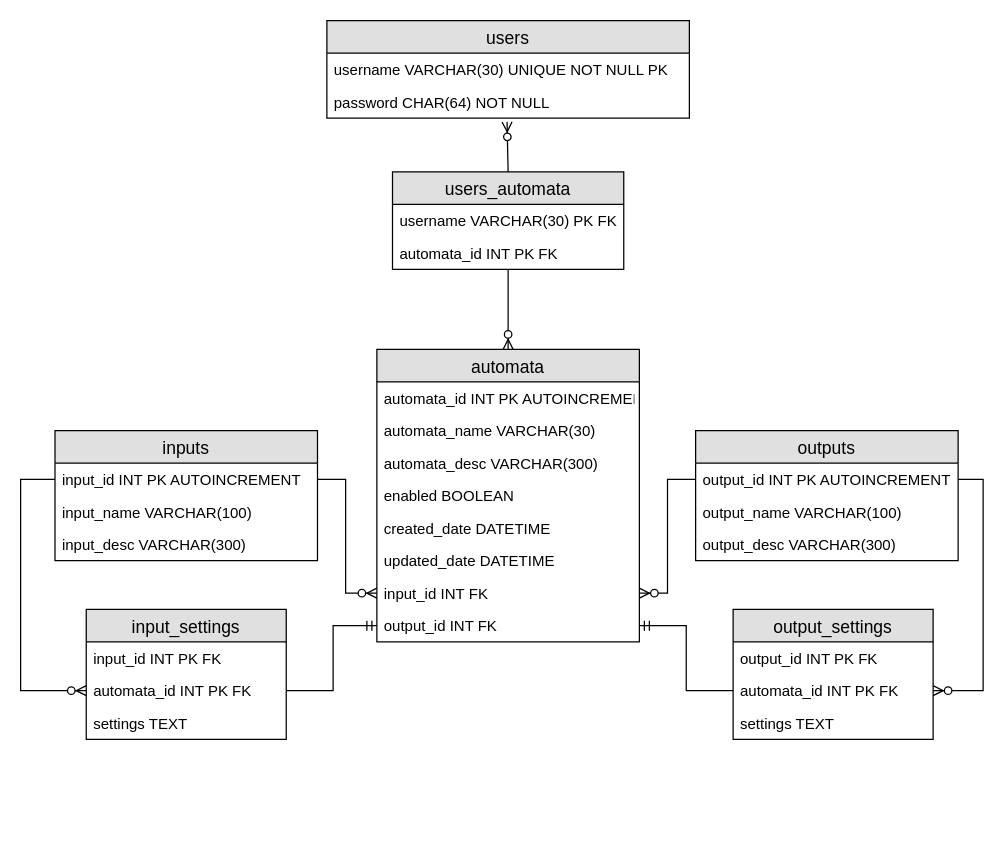
scott246/automata keeps this draw.io diagram as AutomataDB/AutomataDB.drawio. Above is the earlier version. Source tidied: cells renumbered, new cells numbered last; positions are measured from the earlier drawing's top-left corner, leaving out a move shared by most shapes. Both pictures are drawn from the tidied source at 125%, with x=0, y=0 at pixel (20, 20).
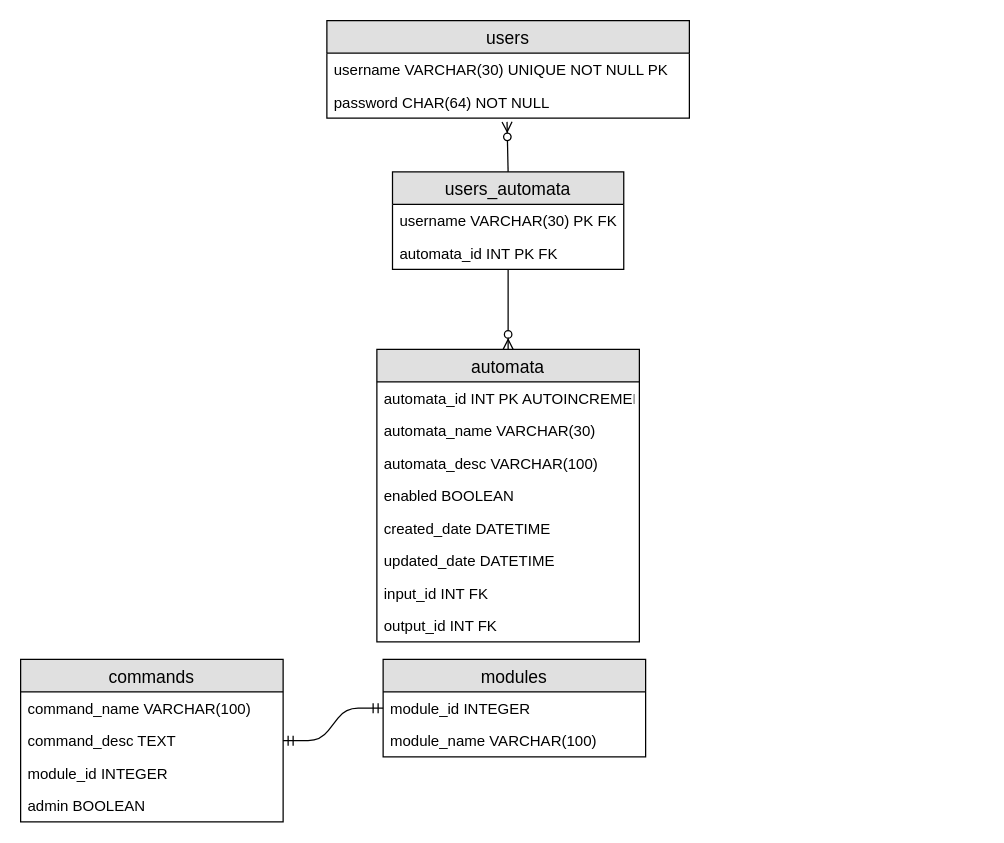
After the change.

The change refers to these unchanged cells:
```xml
<mxCell id="10" value="automata" style="swimlane;fontStyle=0;horizontal=1;startSize=26;fillColor=#e0e0e0;swimlaneFillColor=#ffffff;align=center;fontSize=14;" parent="1" vertex="1">
  <mxGeometry x="285" y="263" width="210" height="234" as="geometry" />
</mxCell>
<mxCell id="17" value="input_id INT FK&#10;" style="text;strokeColor=none;fillColor=none;spacingLeft=4;spacingRight=4;overflow=hidden;points=[[0,0.5],[1,0.5]];portConstraint=eastwest;fontSize=12;" parent="10" vertex="1">
  <mxGeometry y="182" width="210" height="26" as="geometry" />
</mxCell>
<mxCell id="18" value="output_id INT FK&#10;" style="text;strokeColor=none;fillColor=none;spacingLeft=4;spacingRight=4;overflow=hidden;points=[[0,0.5],[1,0.5]];portConstraint=eastwest;fontSize=12;" parent="10" vertex="1">
  <mxGeometry y="208" width="210" height="26" as="geometry" />
</mxCell>
```

The edit, as a diff of the source:
```diff
@@
-    <mxCell id="13" value="automata_desc VARCHAR(300)&#10;" style="text;strokeColor=none;fillColor=none;spacingLeft=4;spacingRight=4;overflow=hidden;fontSize=12;" parent="10" vertex="1">
+    <mxCell id="13" value="automata_desc VARCHAR(100)&#10;" style="text;strokeColor=none;fillColor=none;spacingLeft=4;spacingRight=4;overflow=hidden;fontSize=12;" parent="10" vertex="1">
       <mxGeometry y="78" width="210" height="26" as="geometry" />
     </mxCell>
@@
-    <mxCell id="19" value="input_settings" style="swimlane;fontStyle=0;horizontal=1;startSize=26;fillColor=#e0e0e0;swimlaneFillColor=#ffffff;align=center;fontSize=14;" parent="1" vertex="1">
-      <mxGeometry x="52.5" y="471" width="160" height="104" as="geometry" />
-    </mxCell>
-    <mxCell id="20" value="input_id INT PK FK" style="text;strokeColor=none;fillColor=none;spacingLeft=4;spacingRight=4;overflow=hidden;fontSize=12;" parent="19" vertex="1">
-      <mxGeometry y="26" width="160" height="26" as="geometry" />
-    </mxCell>
-    <mxCell id="21" value="automata_id INT PK FK&#10;" style="text;strokeColor=none;fillColor=none;spacingLeft=4;spacingRight=4;overflow=hidden;points=[[0,0.5],[1,0.5]];portConstraint=eastwest;fontSize=12;" parent="19" vertex="1">
-      <mxGeometry y="52" width="160" height="26" as="geometry" />
-    </mxCell>
-    <mxCell id="22" value="settings TEXT&#10;" style="text;strokeColor=none;fillColor=none;spacingLeft=4;spacingRight=4;overflow=hidden;fontSize=12;" parent="19" vertex="1">
-      <mxGeometry y="78" width="160" height="26" as="geometry" />
-    </mxCell>
-    <mxCell id="23" style="edgeStyle=orthogonalEdgeStyle;rounded=0;html=1;exitX=0;exitY=0.5;entryX=1;entryY=0.5;endArrow=ERzeroToMany;endFill=1;jettySize=auto;entryDx=0;entryDy=0;exitDx=0;exitDy=0;" parent="1" edge="1" source="30" target="17">
-      <mxGeometry relative="1" as="geometry" />
-    </mxCell>
-    <mxCell id="24" value="inputs" style="swimlane;fontStyle=0;horizontal=1;startSize=26;fillColor=#e0e0e0;swimlaneFillColor=#ffffff;align=center;fontSize=14;" parent="1" vertex="1">
-      <mxGeometry x="27.5" y="328" width="210" height="104" as="geometry" />
+    <mxCell id="24" value="commands" style="swimlane;fontStyle=0;horizontal=1;startSize=26;fillColor=#e0e0e0;swimlaneFillColor=#ffffff;align=center;fontSize=14;" parent="1" vertex="1">
+      <mxGeometry y="511" width="210" height="130" as="geometry" />
     </mxCell>
-    <mxCell id="25" value="input_id INT PK AUTOINCREMENT" style="text;strokeColor=none;fillColor=none;spacingLeft=4;spacingRight=4;overflow=hidden;points=[[0,0.5],[1,0.5]];portConstraint=eastwest;fontSize=12;" parent="24" vertex="1">
+    <mxCell id="25" value="command_name VARCHAR(100)" style="text;strokeColor=none;fillColor=none;spacingLeft=4;spacingRight=4;overflow=hidden;points=[[0,0.5],[1,0.5]];portConstraint=eastwest;fontSize=12;" parent="24" vertex="1">
       <mxGeometry y="26" width="210" height="26" as="geometry" />
     </mxCell>
-    <mxCell id="26" value="input_name VARCHAR(100)" style="text;strokeColor=none;fillColor=none;spacingLeft=4;spacingRight=4;overflow=hidden;points=[[0,0.5],[1,0.5]];portConstraint=eastwest;fontSize=12;" parent="24" vertex="1">
+    <mxCell id="26" value="command_desc TEXT" style="text;strokeColor=none;fillColor=none;spacingLeft=4;spacingRight=4;overflow=hidden;points=[[0,0.5],[1,0.5]];portConstraint=eastwest;fontSize=12;" parent="24" vertex="1">
       <mxGeometry y="52" width="210" height="26" as="geometry" />
     </mxCell>
+    <mxCell id="41" value="module_id INTEGER" style="text;strokeColor=none;fillColor=none;spacingLeft=4;spacingRight=4;overflow=hidden;fontSize=12;" parent="24" vertex="1">
+      <mxGeometry y="78" width="210" height="26" as="geometry" />
+    </mxCell>
-    <mxCell id="27" value="input_desc VARCHAR(300)&#10;" style="text;strokeColor=none;fillColor=none;spacingLeft=4;spacingRight=4;overflow=hidden;fontSize=12;" parent="24" vertex="1">
-      <mxGeometry y="78" width="210" height="26" as="geometry" />
+    <mxCell id="27" value="admin BOOLEAN&#10;" style="text;strokeColor=none;fillColor=none;spacingLeft=4;spacingRight=4;overflow=hidden;fontSize=12;" parent="24" vertex="1">
+      <mxGeometry y="104" width="210" height="26" as="geometry" />
     </mxCell>
-    <mxCell id="28" style="edgeStyle=orthogonalEdgeStyle;rounded=0;html=1;endArrow=ERzeroToMany;endFill=1;jettySize=auto;exitX=1;exitY=0.5;exitDx=0;exitDy=0;entryX=0;entryY=0.5;entryDx=0;entryDy=0;" parent="1" edge="1" source="25" target="17">
-      <mxGeometry relative="1" as="geometry">
-        <Array as="points">
-          <mxPoint x="260" y="367" />
-          <mxPoint x="260" y="458" />
-        </Array>
-      </mxGeometry>
-    </mxCell>
-    <mxCell id="29" value="outputs" style="swimlane;fontStyle=0;horizontal=1;startSize=26;fillColor=#e0e0e0;swimlaneFillColor=#ffffff;align=center;fontSize=14;" parent="1" vertex="1">
-      <mxGeometry x="540" y="328" width="210" height="104" as="geometry" />
-    </mxCell>
-    <mxCell id="30" value="output_id INT PK AUTOINCREMENT" style="text;strokeColor=none;fillColor=none;spacingLeft=4;spacingRight=4;overflow=hidden;points=[[0,0.5],[1,0.5]];portConstraint=eastwest;fontSize=12;" parent="29" vertex="1">
-      <mxGeometry y="26" width="210" height="26" as="geometry" />
-    </mxCell>
-    <mxCell id="31" value="output_name VARCHAR(100)" style="text;strokeColor=none;fillColor=none;spacingLeft=4;spacingRight=4;overflow=hidden;fontSize=12;" parent="29" vertex="1">
-      <mxGeometry y="52" width="210" height="26" as="geometry" />
-    </mxCell>
-    <mxCell id="32" value="output_desc VARCHAR(300)&#10;" style="text;strokeColor=none;fillColor=none;spacingLeft=4;spacingRight=4;overflow=hidden;fontSize=12;" parent="29" vertex="1">
-      <mxGeometry y="78" width="210" height="26" as="geometry" />
-    </mxCell>
-    <mxCell id="33" style="edgeStyle=orthogonalEdgeStyle;rounded=0;html=1;endArrow=ERzeroToMany;endFill=1;jettySize=auto;entryX=0;entryY=0.5;entryDx=0;entryDy=0;exitX=0;exitY=0.5;exitDx=0;exitDy=0;" parent="1" edge="1" source="25" target="21">
-      <mxGeometry relative="1" as="geometry">
-        <Array as="points">
-          <mxPoint y="367" />
-          <mxPoint y="536" />
-        </Array>
-      </mxGeometry>
-    </mxCell>
-    <mxCell id="34" value="output_settings" style="swimlane;fontStyle=0;horizontal=1;startSize=26;fillColor=#e0e0e0;swimlaneFillColor=#ffffff;align=center;fontSize=14;" parent="1" vertex="1">
-      <mxGeometry x="570" y="471" width="160" height="104" as="geometry" />
-    </mxCell>
-    <mxCell id="35" value="output_id INT PK FK" style="text;strokeColor=none;fillColor=none;spacingLeft=4;spacingRight=4;overflow=hidden;fontSize=12;" parent="34" vertex="1">
-      <mxGeometry y="26" width="160" height="26" as="geometry" />
-    </mxCell>
-    <mxCell id="36" value="automata_id INT PK FK&#10;" style="text;strokeColor=none;fillColor=none;spacingLeft=4;spacingRight=4;overflow=hidden;points=[[0,0.5],[1,0.5]];portConstraint=eastwest;fontSize=12;" parent="34" vertex="1">
-      <mxGeometry y="52" width="160" height="26" as="geometry" />
-    </mxCell>
-    <mxCell id="37" value="settings TEXT&#10;" style="text;strokeColor=none;fillColor=none;spacingLeft=4;spacingRight=4;overflow=hidden;fontSize=12;" parent="34" vertex="1">
-      <mxGeometry y="78" width="160" height="26" as="geometry" />
-    </mxCell>
-    <mxCell id="38" style="edgeStyle=orthogonalEdgeStyle;rounded=0;html=1;endArrow=ERzeroToMany;endFill=1;jettySize=auto;exitX=1;exitY=0.5;exitDx=0;exitDy=0;entryX=1;entryY=0.5;entryDx=0;entryDy=0;" parent="1" edge="1" source="30" target="36">
-      <mxGeometry relative="1" as="geometry">
-        <Array as="points">
-          <mxPoint x="770" y="367" />
-          <mxPoint x="770" y="536" />
-        </Array>
-      </mxGeometry>
-    </mxCell>
-    <mxCell id="39" style="edgeStyle=orthogonalEdgeStyle;fontSize=12;html=1;endArrow=ERmandOne;entryX=0;entryY=0.5;entryDx=0;entryDy=0;elbow=vertical;rounded=0;exitX=1;exitY=0.5;exitDx=0;exitDy=0;" parent="1" edge="1" source="21" target="18">
-      <mxGeometry relative="1" as="geometry">
-        <Array as="points">
-          <mxPoint x="250" y="536" />
-          <mxPoint x="250" y="484" />
-        </Array>
-      </mxGeometry>
-    </mxCell>
-    <mxCell id="40" style="edgeStyle=orthogonalEdgeStyle;fontSize=12;html=1;endArrow=ERmandOne;entryX=1;entryY=0.5;entryDx=0;entryDy=0;rounded=0;" parent="1" edge="1" source="36" target="18">
-      <mxGeometry relative="1" as="geometry" />
-    </mxCell>
+    <mxCell id="42" value="modules" style="swimlane;fontStyle=0;horizontal=1;startSize=26;fillColor=#e0e0e0;swimlaneFillColor=#ffffff;align=center;fontSize=14;" parent="1" vertex="1">
+      <mxGeometry x="290" y="511" width="210" height="78" as="geometry" />
+    </mxCell>
+    <mxCell id="43" value="module_id INTEGER" style="text;strokeColor=none;fillColor=none;spacingLeft=4;spacingRight=4;overflow=hidden;points=[[0,0.5],[1,0.5]];portConstraint=eastwest;fontSize=12;" parent="42" vertex="1">
+      <mxGeometry y="26" width="210" height="26" as="geometry" />
+    </mxCell>
+    <mxCell id="44" value="module_name VARCHAR(100)" style="text;strokeColor=none;fillColor=none;spacingLeft=4;spacingRight=4;overflow=hidden;fontSize=12;" parent="42" vertex="1">
+      <mxGeometry y="52" width="210" height="26" as="geometry" />
+    </mxCell>
+    <mxCell id="45" style="edgeStyle=entityRelationEdgeStyle;fontSize=12;html=1;endArrow=ERmandOne;startArrow=ERmandOne;exitX=1;exitY=0.5;exitDx=0;exitDy=0;entryX=0;entryY=0.5;entryDx=0;entryDy=0;" parent="1" edge="1" source="26" target="43">
+      <mxGeometry relative="1" as="geometry" />
+    </mxCell>
```
